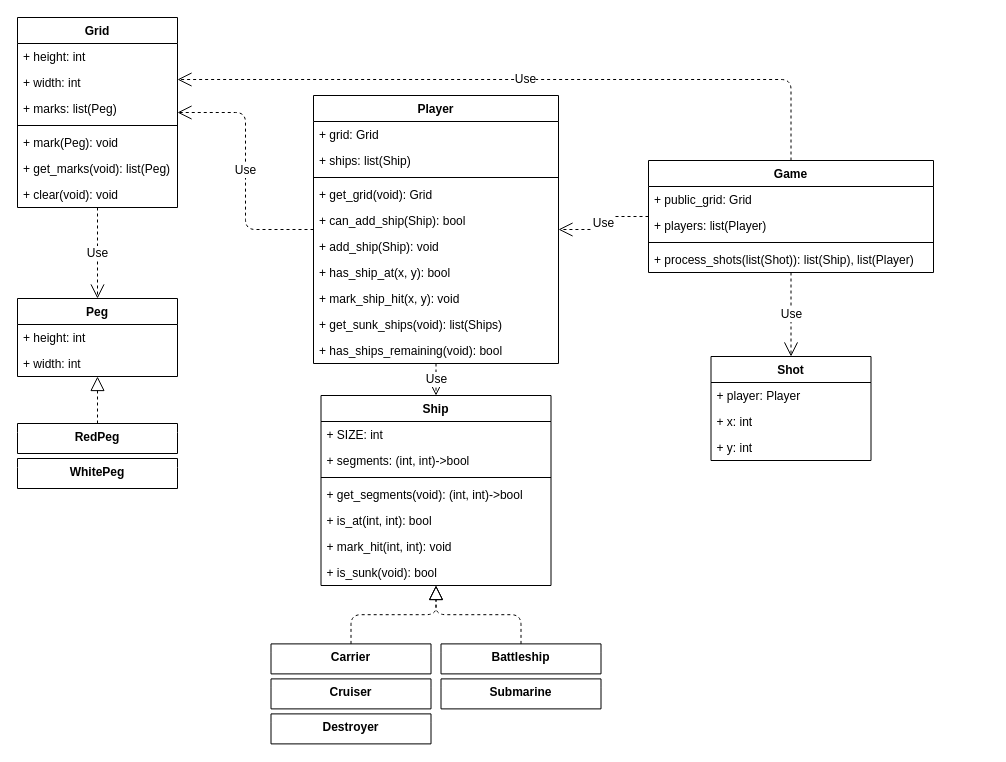
colorfuldisaster/battleship keeps this draw.io diagram as battleship.drawio. Above is the earlier version. Source tidied: cells renumbered, new cells numbered last; positions are measured from the earlier drawing's top-left corner, leaving out a move shared by most shapes. Both pictures are drawn from the tidied source at 100%, with x=0, y=0 at pixel (17, 17).
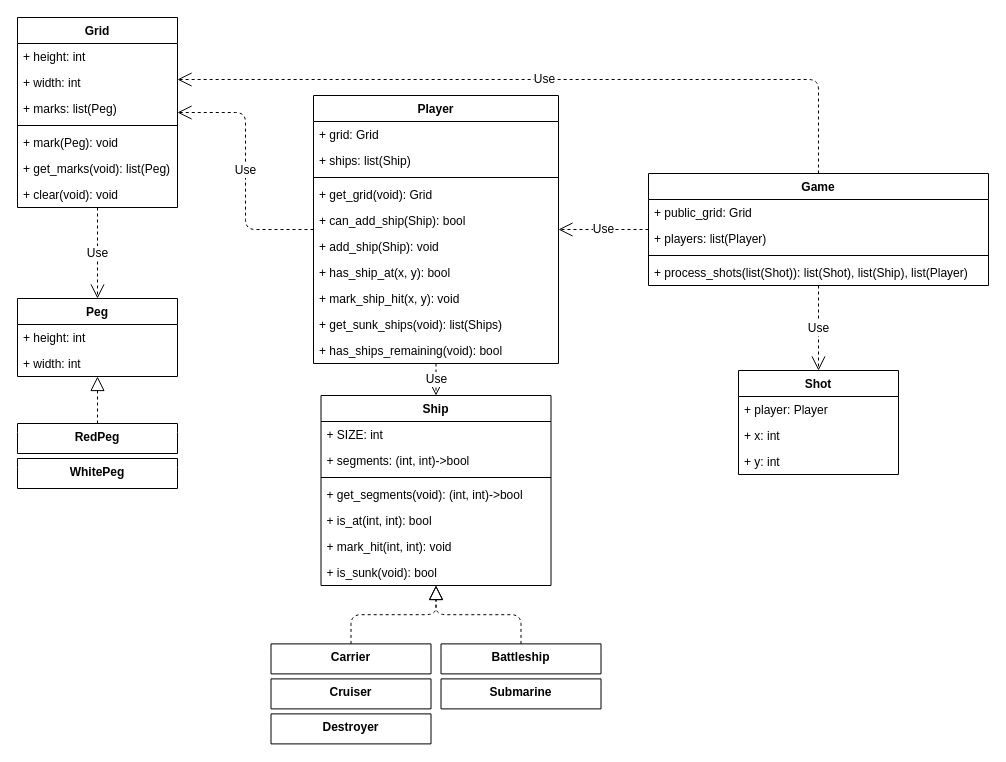
The same page after the edit.

The change refers to these unchanged cells:
```xml
<mxCell id="4" value="Grid" style="swimlane;fontStyle=1;align=center;verticalAlign=top;horizontal=1;startSize=26;" parent="1" vertex="1">
  <mxGeometry width="160" height="190" as="geometry" />
</mxCell>
```

Diff of the diagram source:
```diff
@@
     <mxCell id="34" value="Game" style="swimlane;fontStyle=1;align=center;verticalAlign=top;horizontal=1;startSize=26;fontSize=12;" parent="1" vertex="1">
-      <mxGeometry x="631" y="143" width="285" height="112" as="geometry" />
+      <mxGeometry x="631" y="156" width="340" height="112" as="geometry" />
     </mxCell>
     <mxCell id="35" value="+ public_grid: Grid" style="text;strokeColor=none;fillColor=none;align=left;verticalAlign=top;spacingLeft=4;spacingRight=4;overflow=hidden;" parent="34" vertex="1">
-      <mxGeometry y="26" width="285" height="26" as="geometry" />
+      <mxGeometry y="26" width="340" height="26" as="geometry" />
     </mxCell>
     <mxCell id="36" value="+ players: list(Player)" style="text;strokeColor=none;fillColor=none;align=left;verticalAlign=top;spacingLeft=4;spacingRight=4;overflow=hidden;" parent="34" vertex="1">
-      <mxGeometry y="52" width="285" height="26" as="geometry" />
+      <mxGeometry y="52" width="340" height="26" as="geometry" />
     </mxCell>
     <mxCell id="37" style="line;strokeWidth=1;fillColor=none;align=left;verticalAlign=middle;spacingTop=-1;spacingLeft=3;spacingRight=3;labelPosition=right;" parent="34" vertex="1">
-      <mxGeometry y="78" width="285" height="8" as="geometry" />
+      <mxGeometry y="78" width="340" height="8" as="geometry" />
     </mxCell>
-    <mxCell id="38" value="+ process_shots(list(Shot)): list(Ship), list(Player)" style="text;strokeColor=none;fillColor=none;align=left;verticalAlign=top;spacingLeft=4;spacingRight=4;overflow=hidden;" parent="34" vertex="1">
-      <mxGeometry y="86" width="285" height="26" as="geometry" />
+    <mxCell id="38" value="+ process_shots(list(Shot)): list(Shot), list(Ship), list(Player)" style="text;strokeColor=none;fillColor=none;align=left;verticalAlign=top;spacingLeft=4;spacingRight=4;overflow=hidden;" parent="34" vertex="1">
+      <mxGeometry y="86" width="340" height="26" as="geometry" />
     </mxCell>
@@
     <mxCell id="40" value="Use" style="endArrow=open;endSize=12;dashed=1;html=1;fontSize=12;edgeStyle=orthogonalEdgeStyle;" parent="1" edge="1" source="34" target="4">
       <mxGeometry relative="1" as="geometry">
         <Array as="points">
-          <mxPoint x="774" y="62" />
+          <mxPoint x="801" y="62" />
         </Array>
       </mxGeometry>
     </mxCell>
@@
     <mxCell id="52" value="Shot" style="swimlane;fontStyle=1;align=center;verticalAlign=top;horizontal=1;startSize=26;rounded=0;shadow=0;glass=0;comic=0;strokeColor=#000000;fontSize=12;" parent="1" vertex="1">
-      <mxGeometry x="693.5" y="339" width="160" height="104" as="geometry" />
+      <mxGeometry x="721" y="353" width="160" height="104" as="geometry" />
     </mxCell>
```
